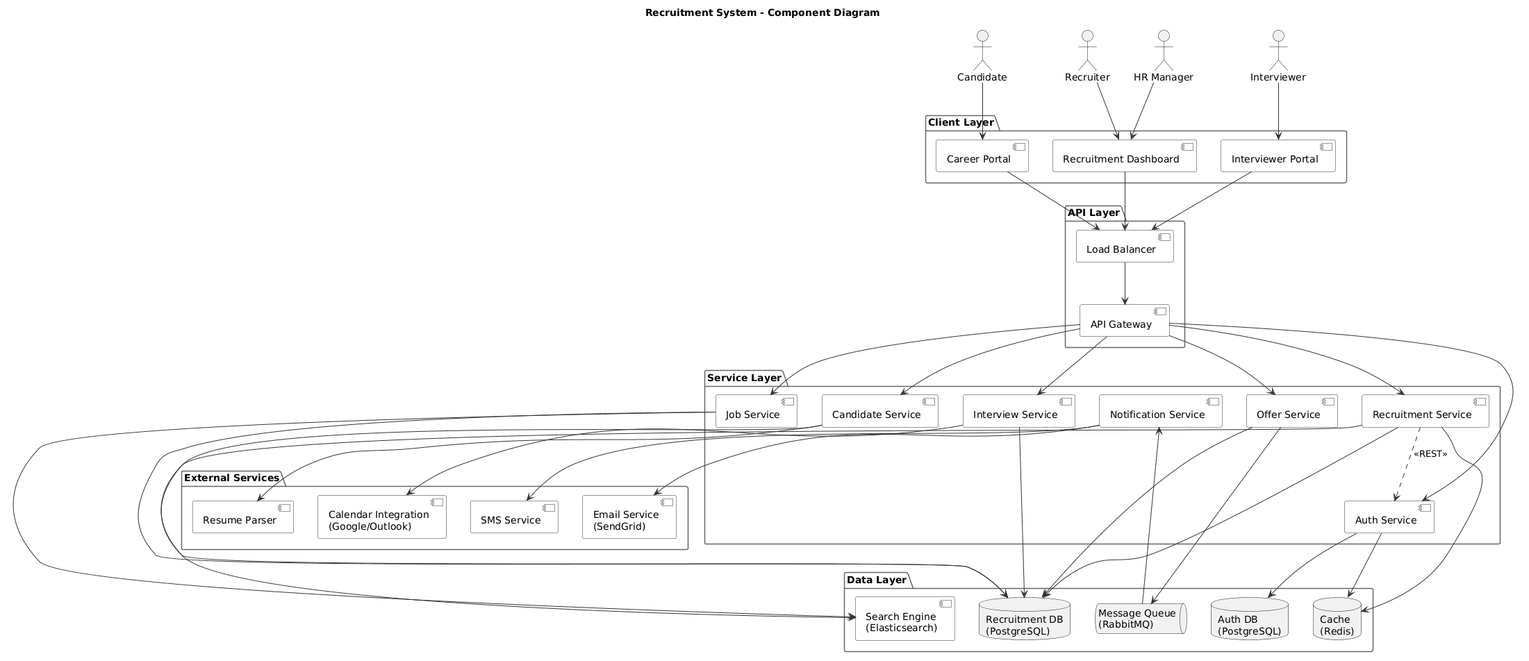
Earlier version of the PlantUML export modules/dist/recr/images/component/recruitment-component.png (namnh240795/document). The source it was exported from:
```plantuml
@startuml

skinparam component {
  BackgroundColor #F8F8F8
  BorderColor #333333
  ArrowColor #333333
  InterfaceBackgroundColor #FFFFFF
  InterfaceBorderColor #333333
}
skinparam package {
  BackgroundColor #FFFFFF
  BorderColor #666666
}

title Recruitment System - Component Diagram

actor "Candidate" as candidate
actor "Recruiter" as recruiter
actor "HR Manager" as hr
actor "Interviewer" as interviewer

package "Client Layer" {
  [Career Portal] as portal
  [Recruitment Dashboard] as dashboard
  [Interviewer Portal] as interviewPortal
}

package "API Layer" {
  [API Gateway] as gw
  [Load Balancer] as lb
}

package "Service Layer" {
  [Auth Service] as auth
  [Recruitment Service] as recr
  [Job Service] as job
  [Candidate Service] as candidateSvc
  [Interview Service] as interview
  [Offer Service] as offer
  [Notification Service] as notif
}

package "Data Layer" {
  database "Recruitment DB\n(PostgreSQL)" as recrDB
  database "Auth DB\n(PostgreSQL)" as authDB
  database "Cache\n(Redis)" as cache
  queue "Message Queue\n(RabbitMQ)" as mq
  [Search Engine\n(Elasticsearch)] as search
}

package "External Services" {
  [Email Service\n(SendGrid)] as email
  [SMS Service] as sms
  [Calendar Integration\n(Google/Outlook)] as calendar
  [Resume Parser] as parser
}

candidate --> portal
recruiter --> dashboard
hr --> dashboard
interviewer --> interviewPortal

portal --> lb
dashboard --> lb
interviewPortal --> lb
lb --> gw

gw --> auth
gw --> recr
gw --> job
gw --> candidateSvc
gw --> interview
gw --> offer

auth --> authDB
auth --> cache

recr --> recrDB
recr --> cache
recr --> search

job --> recrDB
job --> search

candidateSvc --> recrDB
candidateSvc --> parser

interview --> recrDB
interview --> calendar

offer --> recrDB
offer --> mq

mq --> notif

notif --> email
notif --> sms

recr ..> auth : <<REST>>

@enduml
```
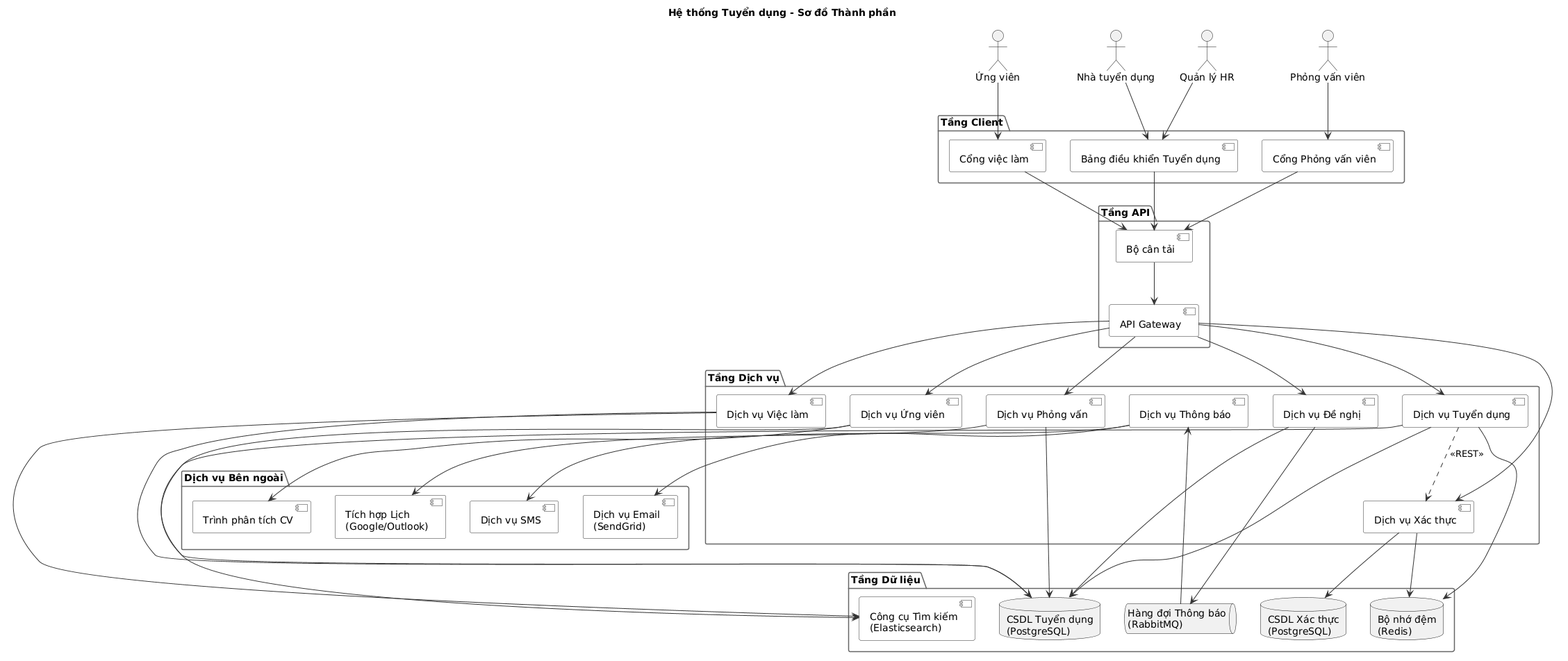
The same file after the commit.

What changed in the source:
```diff
@@ -12,47 +12,47 @@
   BorderColor #666666
 }
 
-title Recruitment System - Component Diagram
+title Hệ thống Tuyển dụng - Sơ đồ Thành phần
 
-actor "Candidate" as candidate
-actor "Recruiter" as recruiter
-actor "HR Manager" as hr
-actor "Interviewer" as interviewer
+actor "Ứng viên" as candidate
+actor "Nhà tuyển dụng" as recruiter
+actor "Quản lý HR" as hr
+actor "Phỏng vấn viên" as interviewer
 
-package "Client Layer" {
-  [Career Portal] as portal
-  [Recruitment Dashboard] as dashboard
-  [Interviewer Portal] as interviewPortal
+package "Tầng Client" {
+  [Cổng việc làm] as portal
+  [Bảng điều khiển Tuyển dụng] as dashboard
+  [Cổng Phỏng vấn viên] as interviewPortal
 }
 
-package "API Layer" {
+package "Tầng API" {
   [API Gateway] as gw
-  [Load Balancer] as lb
+  [Bộ cân tải] as lb
 }
 
-package "Service Layer" {
-  [Auth Service] as auth
-  [Recruitment Service] as recr
-  [Job Service] as job
-  [Candidate Service] as candidateSvc
-  [Interview Service] as interview
-  [Offer Service] as offer
-  [Notification Service] as notif
+package "Tầng Dịch vụ" {
+  [Dịch vụ Xác thực] as auth
+  [Dịch vụ Tuyển dụng] as recr
+  [Dịch vụ Việc làm] as job
+  [Dịch vụ Ứng viên] as candidateSvc
+  [Dịch vụ Phỏng vấn] as interview
+  [Dịch vụ Đề nghị] as offer
+  [Dịch vụ Thông báo] as notif
 }
 
-package "Data Layer" {
-  database "Recruitment DB\n(PostgreSQL)" as recrDB
-  database "Auth DB\n(PostgreSQL)" as authDB
-  database "Cache\n(Redis)" as cache
-  queue "Message Queue\n(RabbitMQ)" as mq
-  [Search Engine\n(Elasticsearch)] as search
+package "Tầng Dữ liệu" {
+  database "CSDL Tuyển dụng\n(PostgreSQL)" as recrDB
+  database "CSDL Xác thực\n(PostgreSQL)" as authDB
+  database "Bộ nhớ đệm\n(Redis)" as cache
+  queue "Hàng đợi Thông báo\n(RabbitMQ)" as mq
+  [Công cụ Tìm kiếm\n(Elasticsearch)] as search
 }
 
-package "External Services" {
-  [Email Service\n(SendGrid)] as email
-  [SMS Service] as sms
-  [Calendar Integration\n(Google/Outlook)] as calendar
-  [Resume Parser] as parser
+package "Dịch vụ Bên ngoài" {
+  [Dịch vụ Email\n(SendGrid)] as email
+  [Dịch vụ SMS] as sms
+  [Tích hợp Lịch\n(Google/Outlook)] as calendar
+  [Trình phân tích CV] as parser
 }
 
 candidate --> portal
```
